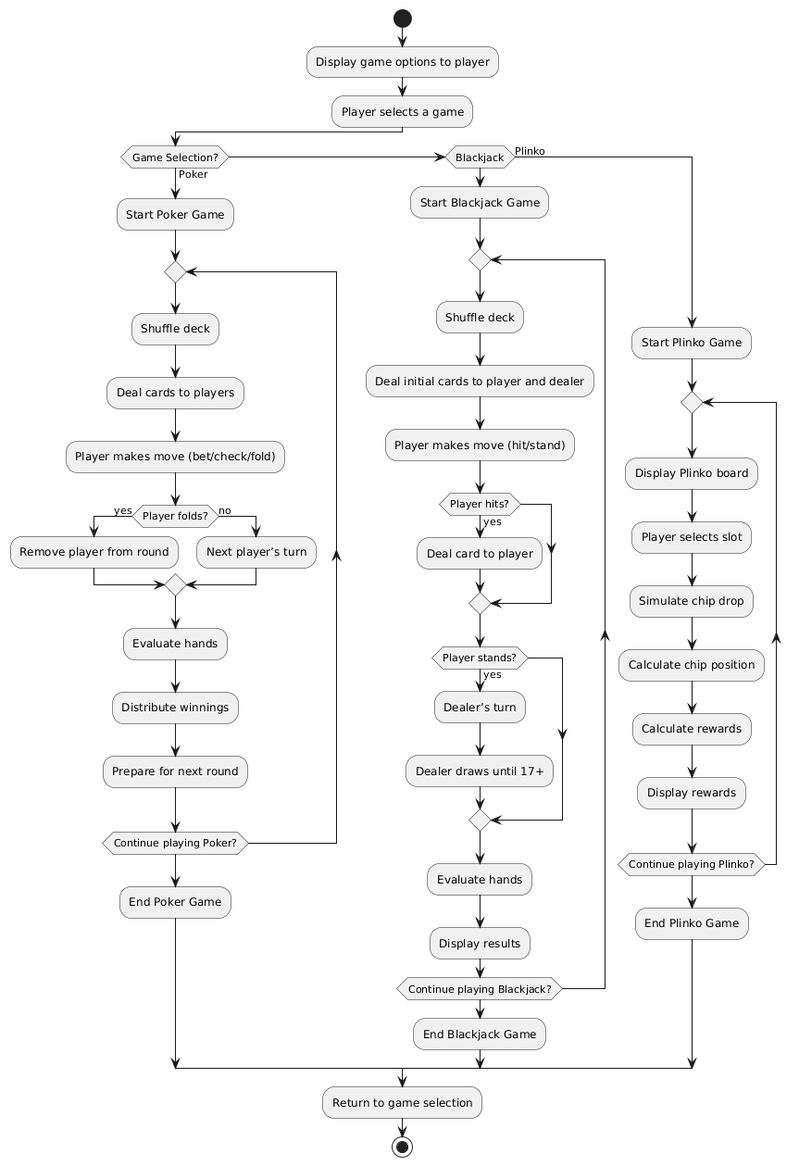
Before: DIAGRAMS/actionDiagram.png, a diagram exported from PlantUML (jacobmobley/Royal-Flush-AI).
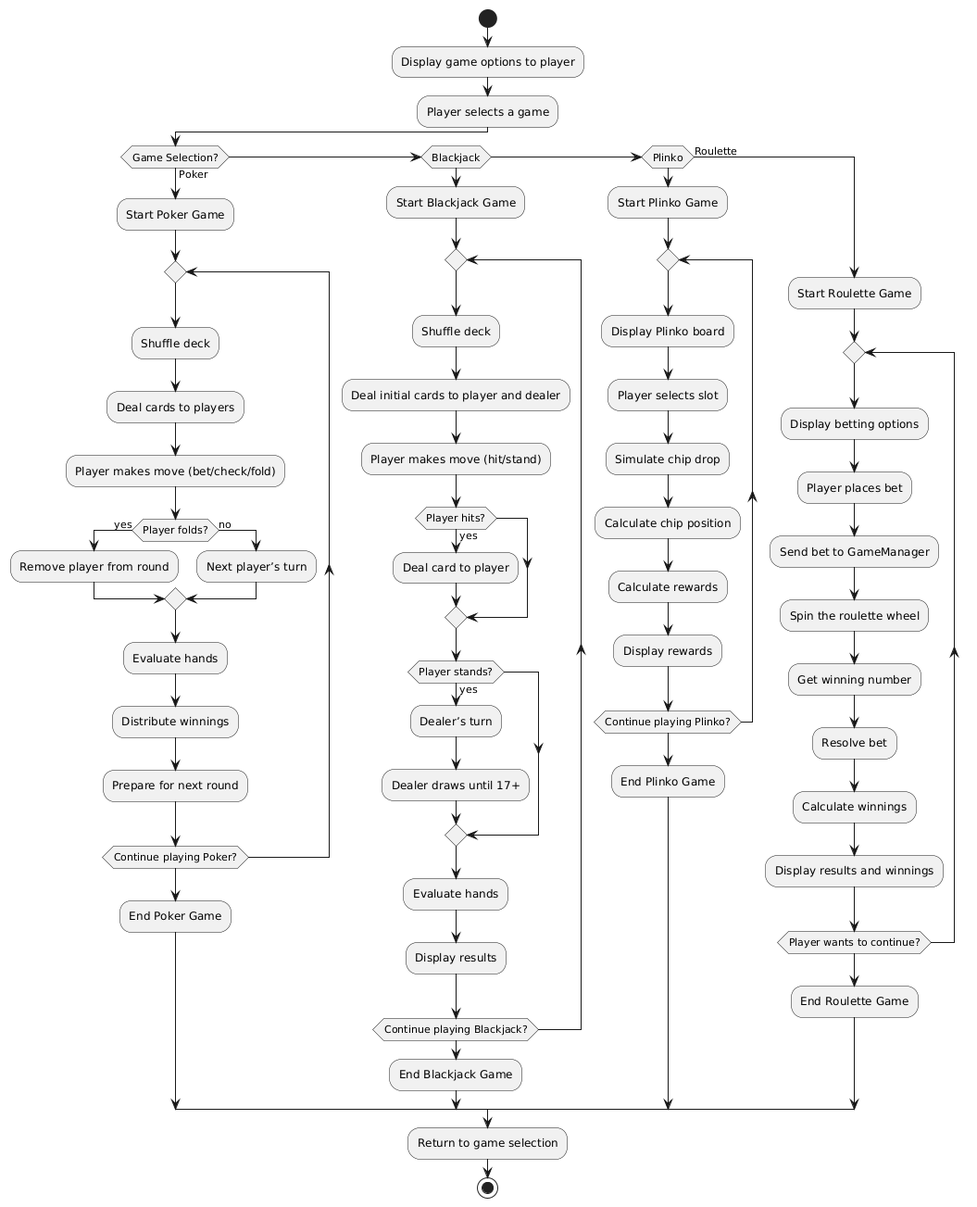
After the change.

What changed in the source:
```diff
@@ -40,7 +40,7 @@
   repeat while (Continue playing Blackjack?)
   :End Blackjack Game;
 
-else (Plinko)
+else if (Plinko)
   :Start Plinko Game;
   repeat
     :Display Plinko board;
@@ -51,6 +51,23 @@
     :Display rewards;
   repeat while (Continue playing Plinko?)
   :End Plinko Game;
+else (Roulette)
+  :Start Roulette Game;
+  repeat
+      :Display betting options;
+      :Player places bet;
+      :Send bet to GameManager;
+
+      :Spin the roulette wheel;
+      :Get winning number;
+
+      :Resolve bet;
+      :Calculate winnings;
+
+      :Display results and winnings;
+
+  repeat while (Player wants to continue?)
+  :End Roulette Game;
 endif
 
 :Return to game selection;
```
